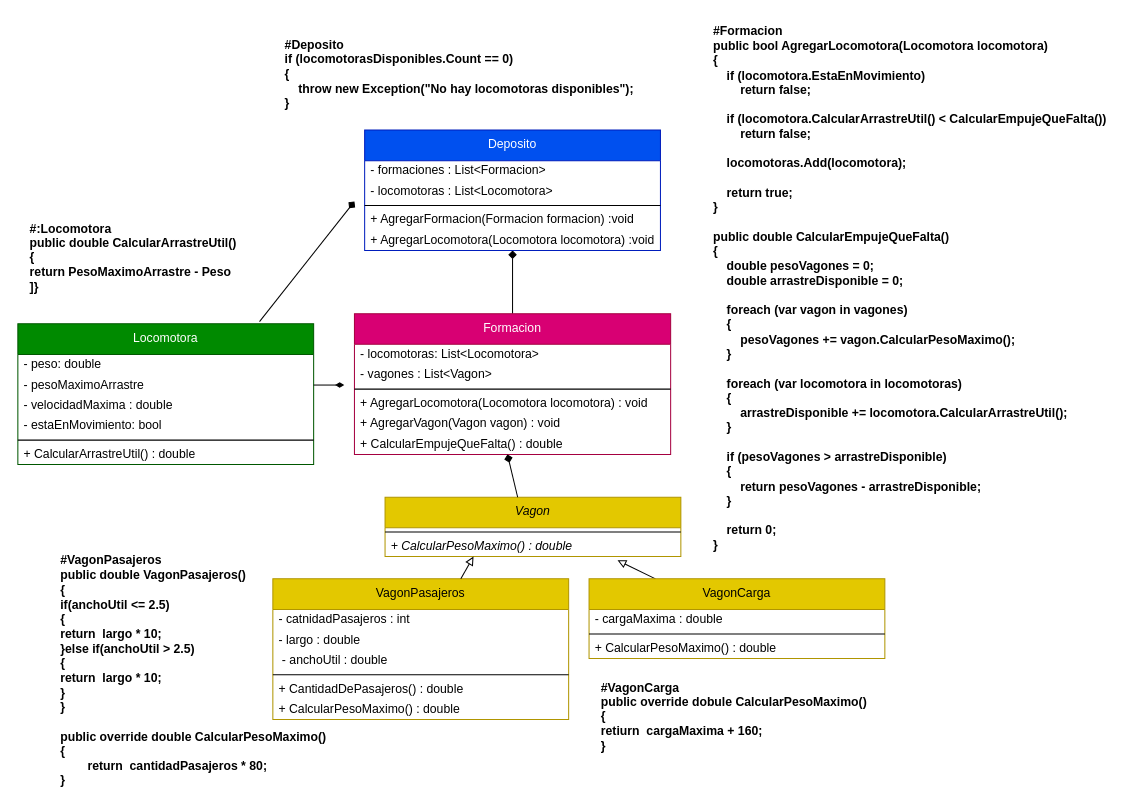
Above: clase_06/trenes.dio in EdgarSteinberg/programacion-2-repaso (draw.io), before the change. Source tidied: cells renumbered, new cells numbered last; positions are measured from the earlier drawing's top-left corner, leaving out a move shared by most shapes. Both pictures are drawn from the tidied source at 102%, with x=0, y=0 at pixel (17, 17).
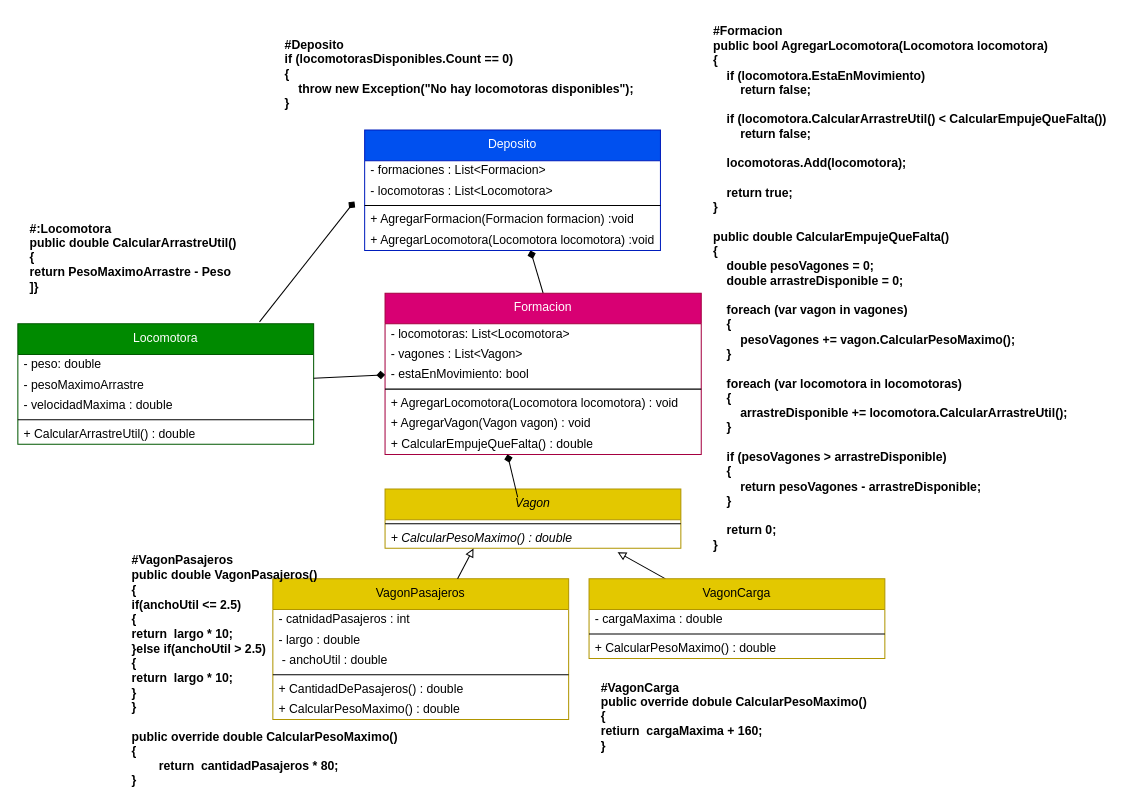
After the change.

Unchanged cells that the change refers to:
```xml
<mxCell id="20" value="- pesoMaximoArrastre" style="text;html=1;strokeColor=none;fillColor=none;align=left;verticalAlign=middle;spacingLeft=4;spacingRight=4;overflow=hidden;points=[[0,0.5],[1,0.5]];portConstraint=eastwest;whiteSpace=wrap;" parent="17" vertex="1">
  <mxGeometry y="50" width="290" height="20" as="geometry" />
</mxCell>
```

Diff of the diagram source:
```diff
@@
     <mxCell id="10" value="Formacion" style="swimlane;fontStyle=0;align=center;verticalAlign=top;horizontal=1;startSize=30;html=1;whiteSpace=wrap;fillColor=#d80073;strokeColor=#A50040;fontColor=#ffffff;" parent="1" vertex="1">
-      <mxGeometry x="330" y="290" width="310" height="138" as="geometry" />
+      <mxGeometry x="360" y="270" width="310" height="158" as="geometry" />
     </mxCell>
@@
+    <mxCell id="22" value="- estaEnMovimiento: bool" style="text;html=1;strokeColor=none;fillColor=none;align=left;verticalAlign=middle;spacingLeft=4;spacingRight=4;overflow=hidden;points=[[0,0.5],[1,0.5]];portConstraint=eastwest;whiteSpace=wrap;" parent="10" vertex="1">
+      <mxGeometry y="70" width="310" height="20" as="geometry" />
+    </mxCell>
     <mxCell id="13" style="line;strokeWidth=1;fillColor=none;align=left;verticalAlign=middle;spacingTop=-1;spacingLeft=3;spacingRight=3;labelPosition=right;" parent="10" vertex="1">
-      <mxGeometry y="70" width="310" height="8" as="geometry" />
+      <mxGeometry y="90" width="310" height="8" as="geometry" />
     </mxCell>
     <mxCell id="14" value="+ AgregarLocomotora(Locomotora locomotora) : void" style="text;html=1;strokeColor=none;fillColor=none;align=left;verticalAlign=middle;spacingLeft=4;spacingRight=4;overflow=hidden;whiteSpace=wrap;" parent="10" vertex="1">
-      <mxGeometry y="78" width="310" height="20" as="geometry" />
+      <mxGeometry y="98" width="310" height="20" as="geometry" />
     </mxCell>
     <mxCell id="15" value="+ AgregarVagon(Vagon vagon) : void" style="text;html=1;strokeColor=none;fillColor=none;align=left;verticalAlign=middle;spacingLeft=4;spacingRight=4;overflow=hidden;whiteSpace=wrap;" parent="10" vertex="1">
-      <mxGeometry y="98" width="310" height="20" as="geometry" />
+      <mxGeometry y="118" width="310" height="20" as="geometry" />
     </mxCell>
     <mxCell id="16" value="+ CalcularEmpujeQueFalta() : double" style="text;html=1;strokeColor=none;fillColor=none;align=left;verticalAlign=middle;spacingLeft=4;spacingRight=4;overflow=hidden;whiteSpace=wrap;" parent="10" vertex="1">
-      <mxGeometry y="118" width="310" height="20" as="geometry" />
+      <mxGeometry y="138" width="310" height="20" as="geometry" />
     </mxCell>
     <mxCell id="17" value="Locomotora" style="swimlane;fontStyle=0;align=center;verticalAlign=top;horizontal=1;startSize=30;html=1;whiteSpace=wrap;fillColor=#008a00;fontColor=#ffffff;strokeColor=#005700;" parent="1" vertex="1">
-      <mxGeometry y="300" width="290" height="138" as="geometry" />
+      <mxGeometry y="300" width="290" height="118" as="geometry" />
     </mxCell>
@@
-    <mxCell id="19" style="edgeStyle=none;html=1;endArrow=diamondThin;endFill=1;" parent="17" edge="1" source="20">
-      <mxGeometry relative="1" as="geometry">
-        <mxPoint x="320" y="60" as="targetPoint" />
-      </mxGeometry>
-    </mxCell>
@@
-    <mxCell id="22" value="- estaEnMovimiento: bool" style="text;html=1;strokeColor=none;fillColor=none;align=left;verticalAlign=middle;spacingLeft=4;spacingRight=4;overflow=hidden;points=[[0,0.5],[1,0.5]];portConstraint=eastwest;whiteSpace=wrap;" parent="17" vertex="1">
-      <mxGeometry y="90" width="290" height="20" as="geometry" />
-    </mxCell>
     <mxCell id="23" style="line;strokeWidth=1;fillColor=none;align=left;verticalAlign=middle;spacingTop=-1;spacingLeft=3;spacingRight=3;labelPosition=right;" parent="17" vertex="1">
-      <mxGeometry y="110" width="290" height="8" as="geometry" />
+      <mxGeometry y="90" width="290" height="8" as="geometry" />
     </mxCell>
     <mxCell id="24" value="+ CalcularArrastreUtil() : double" style="text;html=1;strokeColor=none;fillColor=none;align=left;verticalAlign=middle;spacingLeft=4;spacingRight=4;overflow=hidden;whiteSpace=wrap;" parent="17" vertex="1">
-      <mxGeometry y="118" width="290" height="20" as="geometry" />
+      <mxGeometry y="98" width="290" height="20" as="geometry" />
     </mxCell>
     <mxCell id="25" value="&lt;i&gt;Vagon&lt;/i&gt;" style="swimlane;fontStyle=0;align=center;verticalAlign=top;horizontal=1;startSize=30;html=1;whiteSpace=wrap;fillColor=#e3c800;strokeColor=#B09500;fontColor=#000000;" parent="1" vertex="1">
-      <mxGeometry x="360" y="470" width="290" height="58" as="geometry" />
+      <mxGeometry x="360" y="462" width="290" height="58" as="geometry" />
     </mxCell>
@@
     <mxCell id="40" value="&lt;b&gt;#VagonPasajeros&lt;/b&gt;&lt;div&gt;&lt;b&gt;public double VagonPasajeros()&lt;/b&gt;&lt;/div&gt;&lt;div&gt;&lt;b&gt;{&lt;/b&gt;&lt;/div&gt;&lt;div&gt;&lt;b&gt;if(anchoUtil &amp;lt;= 2.5)&lt;/b&gt;&lt;/div&gt;&lt;div&gt;&lt;b&gt;{&lt;/b&gt;&lt;/div&gt;&lt;div&gt;&lt;b&gt;return&amp;nbsp; largo * 10;&lt;/b&gt;&lt;/div&gt;&lt;div&gt;&lt;b&gt;}else if(anchoUtil &amp;gt; 2.5)&lt;/b&gt;&lt;/div&gt;&lt;div&gt;&lt;b&gt;{&lt;/b&gt;&lt;/div&gt;&lt;div&gt;&lt;b&gt;return&amp;nbsp; largo * 10;&lt;/b&gt;&lt;/div&gt;&lt;div&gt;&lt;b&gt;}&lt;/b&gt;&lt;/div&gt;&lt;div&gt;&lt;b&gt;}&lt;/b&gt;&lt;/div&gt;&lt;div&gt;&lt;b&gt;&lt;br&gt;&lt;/b&gt;&lt;/div&gt;&lt;div&gt;&lt;b&gt;public override double CalcularPesoMaximo()&lt;/b&gt;&lt;/div&gt;&lt;div&gt;&lt;b&gt;{&lt;/b&gt;&lt;/div&gt;&lt;div&gt;&lt;b&gt;&lt;span style=&quot;white-space: pre;&quot;&gt;&#9;&lt;/span&gt;return&amp;nbsp; cantidadPasajeros * 80;&lt;br&gt;&lt;/b&gt;&lt;/div&gt;&lt;div&gt;&lt;b&gt;}&lt;/b&gt;&lt;/div&gt;" style="text;html=1;align=left;verticalAlign=middle;strokeColor=none;fillColor=none;" parent="1" vertex="1">
-      <mxGeometry x="40" y="520" width="280" height="240" as="geometry" />
+      <mxGeometry x="110" y="520" width="280" height="240" as="geometry" />
     </mxCell>
@@
+    <mxCell id="19" style="edgeStyle=none;html=1;endArrow=diamond;endFill=1;entryX=0;entryY=0.5;entryDx=0;entryDy=0;" parent="1" edge="1" source="20" target="22">
+      <mxGeometry relative="1" as="geometry" />
+    </mxCell>
```
